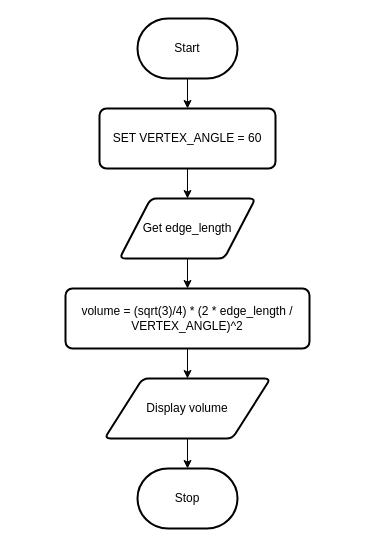
Before: page "Flowchart" (1 of 2) of design.drawio in Samuel-Webster-178/Assignment-02-Python, a draw.io diagram. Source tidied: cells renumbered, new cells numbered last; positions are measured from the earlier drawing's top-left corner, leaving out a move shared by most shapes. Both pictures are drawn from the tidied source at 100%, with x=0, y=0 at pixel (65, 18).
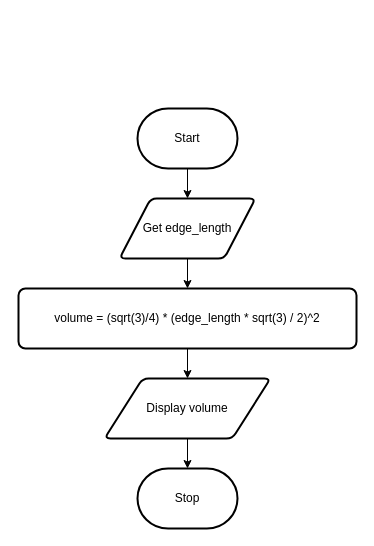
The same page after the edit.

Diff of the diagram source:
```diff
@@
 <mxGraphModel>
   <root>
     <mxCell id="0" />
     <mxCell id="1" parent="0" />
-    <mxCell id="2" style="edgeStyle=none;html=1;" parent="1" edge="1" source="3" target="12">
-      <mxGeometry relative="1" as="geometry" />
-    </mxCell>
     <mxCell id="3" value="Start" style="strokeWidth=2;html=1;shape=mxgraph.flowchart.terminator;whiteSpace=wrap;" parent="1" vertex="1">
-      <mxGeometry x="72" width="100" height="60" as="geometry" />
+      <mxGeometry x="72" y="90" width="100" height="60" as="geometry" />
     </mxCell>
     <mxCell id="4" style="edgeStyle=none;html=1;" parent="1" edge="1" source="5" target="7">
       <mxGeometry relative="1" as="geometry" />
     </mxCell>
     <mxCell id="5" value="Get edge_length" style="shape=parallelogram;html=1;strokeWidth=2;perimeter=parallelogramPerimeter;whiteSpace=wrap;rounded=1;arcSize=12;size=0.23;" parent="1" vertex="1">
       <mxGeometry x="54" y="180" width="136" height="60" as="geometry" />
     </mxCell>
     <mxCell id="6" style="edgeStyle=none;html=1;" parent="1" edge="1" source="7">
       <mxGeometry relative="1" as="geometry">
         <mxPoint x="122" y="360" as="targetPoint" />
       </mxGeometry>
     </mxCell>
-    <mxCell id="7" value="volume = (sqrt(3)/4) * (2 * edge_length / VERTEX_ANGLE)^2" style="rounded=1;whiteSpace=wrap;html=1;absoluteArcSize=1;arcSize=14;strokeWidth=2;" parent="1" vertex="1">
-      <mxGeometry y="270" width="244" height="60" as="geometry" />
+    <mxCell id="7" value="volume = (sqrt(3)/4) * (edge_length * sqrt(3) / 2)^2" style="rounded=1;whiteSpace=wrap;html=1;absoluteArcSize=1;arcSize=14;strokeWidth=2;" parent="1" vertex="1">
+      <mxGeometry x="-47" y="270" width="338" height="60" as="geometry" />
     </mxCell>
     <mxCell id="8" style="edgeStyle=none;html=1;" parent="1" edge="1" source="9" target="10">
       <mxGeometry relative="1" as="geometry" />
     </mxCell>
     <mxCell id="9" value="Display volume" style="shape=parallelogram;html=1;strokeWidth=2;perimeter=parallelogramPerimeter;whiteSpace=wrap;rounded=1;arcSize=12;size=0.23;" parent="1" vertex="1">
       <mxGeometry x="39" y="360" width="166" height="60" as="geometry" />
     </mxCell>
     <mxCell id="10" value="Stop" style="strokeWidth=2;html=1;shape=mxgraph.flowchart.terminator;whiteSpace=wrap;" parent="1" vertex="1">
       <mxGeometry x="72" y="450" width="100" height="60" as="geometry" />
     </mxCell>
-    <mxCell id="11" style="edgeStyle=none;html=1;" parent="1" edge="1" source="12" target="5">
-      <mxGeometry relative="1" as="geometry" />
+    <mxCell id="11" style="edgeStyle=none;html=1;" parent="1" edge="1" target="5">
+      <mxGeometry relative="1" as="geometry">
+        <mxPoint x="122" y="150" as="sourcePoint" />
+      </mxGeometry>
     </mxCell>
-    <mxCell id="12" value="SET VERTEX_ANGLE = 60" style="rounded=1;whiteSpace=wrap;html=1;absoluteArcSize=1;arcSize=14;strokeWidth=2;" parent="1" vertex="1">
-      <mxGeometry x="34" y="90" width="176" height="60" as="geometry" />
-    </mxCell>
   </root>
 </mxGraphModel>
```
